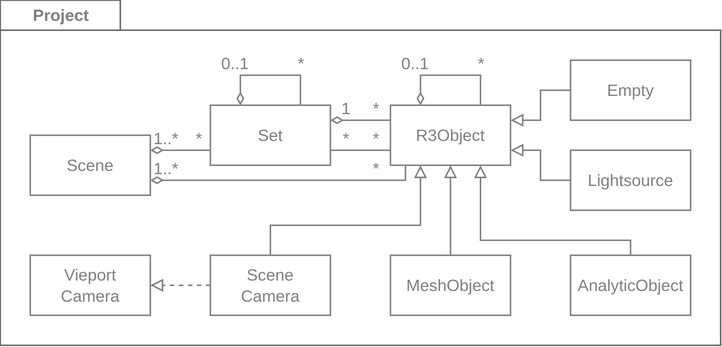
The draw.io diagram wiki/MetaSceneGraph.svg in YoanWithY/kayo, before a commit. Source tidied: cells renumbered, new cells last; positions are measured from the earlier drawing's top-left corner, leaving out a move shared by most shapes. Source of this version:
```xml
<mxGraphModel>
  <root>
    <mxCell id="0" />
    <mxCell id="1" parent="0" />
    <mxCell id="2" value="Project" style="shape=folder;fontStyle=1;tabWidth=80;tabHeight=20;tabPosition=left;boundedLbl=1;labelInHeader=1;labelBackgroundColor=none;labelBorderColor=none;fontFamily=Helvetica;fontSize=11;fontColor=#808080;fillColor=none;strokeColor=#666666;rounded=0;comic=0;enumerate=0;html=1;" parent="1" vertex="1">
      <mxGeometry width="480" height="230" as="geometry" />
    </mxCell>
    <mxCell id="3" style="edgeStyle=orthogonalEdgeStyle;fontSize=11;endArrow=none;startArrow=diamondThin;rounded=0;startFill=0;fontColor=#808080;strokeColor=#808080;endFill=0;fontFamily=Helvetica;labelBorderColor=none;html=1;" parent="1" edge="1" source="27" target="34">
      <mxGeometry relative="1" as="geometry">
        <Array as="points">
          <mxPoint x="130" y="100" />
          <mxPoint x="130" y="100" />
        </Array>
      </mxGeometry>
    </mxCell>
    <mxCell id="4" value="1..*" style="edgeLabel;align=center;verticalAlign=bottom;fontColor=#808080;labelBackgroundColor=none;rounded=0;fontFamily=Helvetica;fontSize=11;labelBorderColor=none;html=1;" parent="3" vertex="1">
      <mxGeometry x="-0.65" relative="1" as="geometry">
        <mxPoint x="3" as="offset" />
      </mxGeometry>
    </mxCell>
    <mxCell id="5" value="*" style="edgeLabel;align=center;verticalAlign=bottom;labelBackgroundColor=none;fontColor=#808080;fontFamily=Helvetica;rounded=0;labelBorderColor=none;html=1;" parent="3" vertex="1">
      <mxGeometry x="0.78" y="1" relative="1" as="geometry">
        <mxPoint x="-4" y="1" as="offset" />
      </mxGeometry>
    </mxCell>
    <mxCell id="6" style="edgeStyle=orthogonalEdgeStyle;shape=connector;rounded=0;labelBackgroundColor=default;strokeColor=#808080;fontFamily=Helvetica;fontSize=11;fontColor=#808080;endArrow=block;endFill=0;labelBorderColor=none;html=1;dashed=1;" parent="1" edge="1" source="29" target="28">
      <mxGeometry relative="1" as="geometry" />
    </mxCell>
    <mxCell id="7" style="edgeStyle=orthogonalEdgeStyle;shape=connector;rounded=0;labelBackgroundColor=default;strokeColor=#808080;fontFamily=Helvetica;fontSize=11;fontColor=#808080;endArrow=block;endFill=0;entryX=0.25;entryY=1;entryDx=0;entryDy=0;labelBorderColor=none;html=1;" parent="1" edge="1" source="29" target="35">
      <mxGeometry relative="1" as="geometry">
        <Array as="points">
          <mxPoint x="180" y="150" />
          <mxPoint x="280" y="150" />
        </Array>
      </mxGeometry>
    </mxCell>
    <mxCell id="8" style="edgeStyle=orthogonalEdgeStyle;shape=connector;rounded=0;labelBackgroundColor=default;strokeColor=#808080;fontFamily=Helvetica;fontSize=11;fontColor=#808080;endArrow=block;endFill=0;labelBorderColor=none;html=1;" parent="1" edge="1" source="30" target="35">
      <mxGeometry relative="1" as="geometry" />
    </mxCell>
    <mxCell id="9" style="edgeStyle=orthogonalEdgeStyle;shape=connector;rounded=0;labelBackgroundColor=default;strokeColor=#808080;fontFamily=Helvetica;fontSize=11;fontColor=#808080;endArrow=block;endFill=0;entryX=1;entryY=0.75;entryDx=0;entryDy=0;labelBorderColor=none;html=1;" parent="1" edge="1" source="31" target="35">
      <mxGeometry relative="1" as="geometry" />
    </mxCell>
    <mxCell id="10" style="edgeStyle=orthogonalEdgeStyle;shape=connector;rounded=0;labelBackgroundColor=default;strokeColor=#808080;fontFamily=Helvetica;fontSize=11;fontColor=#808080;endArrow=block;endFill=0;entryX=0.75;entryY=1;entryDx=0;entryDy=0;labelBorderColor=none;html=1;" parent="1" edge="1" source="32" target="35">
      <mxGeometry relative="1" as="geometry">
        <Array as="points">
          <mxPoint x="420" y="160" />
          <mxPoint x="320" y="160" />
        </Array>
      </mxGeometry>
    </mxCell>
    <mxCell id="11" style="edgeStyle=orthogonalEdgeStyle;shape=connector;rounded=0;labelBackgroundColor=default;strokeColor=#808080;fontFamily=Helvetica;fontSize=11;fontColor=#808080;endArrow=block;endFill=0;entryX=1;entryY=0.25;entryDx=0;entryDy=0;labelBorderColor=none;html=1;" parent="1" edge="1" source="33" target="35">
      <mxGeometry relative="1" as="geometry" />
    </mxCell>
    <mxCell id="12" style="edgeStyle=orthogonalEdgeStyle;fontSize=11;endArrow=none;startArrow=diamondThin;rounded=0;startFill=0;fontColor=#808080;strokeColor=#808080;endFill=0;fontFamily=Helvetica;exitX=1;exitY=0.75;exitDx=0;exitDy=0;labelBorderColor=none;html=1;" parent="1" edge="1" source="27" target="35">
      <mxGeometry relative="1" as="geometry">
        <Array as="points">
          <mxPoint x="270" y="120" />
        </Array>
      </mxGeometry>
    </mxCell>
    <mxCell id="13" value="1..*" style="edgeLabel;align=center;verticalAlign=bottom;fontColor=#808080;labelBackgroundColor=none;rounded=0;fontFamily=Helvetica;fontSize=11;labelBorderColor=none;html=1;" parent="12" vertex="1">
      <mxGeometry x="-0.65" relative="1" as="geometry">
        <mxPoint x="-21" as="offset" />
      </mxGeometry>
    </mxCell>
    <mxCell id="14" value="*" style="edgeLabel;align=center;verticalAlign=bottom;labelBackgroundColor=none;fontColor=#808080;fontFamily=Helvetica;rounded=0;labelBorderColor=none;html=1;" parent="12" vertex="1">
      <mxGeometry x="0.78" y="1" relative="1" as="geometry">
        <mxPoint x="-11" y="1" as="offset" />
      </mxGeometry>
    </mxCell>
    <mxCell id="15" style="edgeStyle=orthogonalEdgeStyle;fontSize=11;endArrow=none;startArrow=diamondThin;rounded=0;startFill=0;fontColor=#808080;strokeColor=#808080;endFill=0;exitX=0.25;exitY=0;exitDx=0;exitDy=0;entryX=0.75;entryY=0;entryDx=0;entryDy=0;fontFamily=Helvetica;labelBorderColor=none;html=1;" parent="1" edge="1" source="34" target="34">
      <mxGeometry relative="1" as="geometry">
        <Array as="points">
          <mxPoint x="160" y="50" />
          <mxPoint x="200" y="50" />
        </Array>
      </mxGeometry>
    </mxCell>
    <mxCell id="16" value="0..1" style="edgeLabel;align=center;verticalAlign=bottom;fontSize=11;fontFamily=Helvetica;fontColor=#808080;labelBackgroundColor=none;rounded=0;labelBorderColor=none;html=1;" parent="15" vertex="1">
      <mxGeometry x="-0.4" relative="1" as="geometry">
        <mxPoint x="-8" as="offset" />
      </mxGeometry>
    </mxCell>
    <mxCell id="17" value="*" style="edgeLabel;align=center;verticalAlign=bottom;fontSize=11;fontFamily=Helvetica;fontColor=#808080;labelBackgroundColor=none;rounded=0;labelBorderColor=none;html=1;" parent="15" vertex="1">
      <mxGeometry x="0.58" relative="1" as="geometry">
        <mxPoint y="-3" as="offset" />
      </mxGeometry>
    </mxCell>
    <mxCell id="18" style="edgeStyle=orthogonalEdgeStyle;fontSize=11;endArrow=none;startArrow=diamondThin;rounded=0;startFill=0;fontColor=#808080;strokeColor=#808080;endFill=0;entryX=0;entryY=0.25;entryDx=0;entryDy=0;exitX=1;exitY=0.25;exitDx=0;exitDy=0;fontFamily=Helvetica;labelBorderColor=none;html=1;" parent="1" edge="1" source="34" target="35">
      <mxGeometry relative="1" as="geometry" />
    </mxCell>
    <mxCell id="19" value="1" style="edgeLabel;align=center;verticalAlign=bottom;fontSize=11;fontFamily=Helvetica;fontColor=#808080;labelBackgroundColor=none;rounded=0;labelBorderColor=none;html=1;" parent="18" vertex="1">
      <mxGeometry x="-0.4" relative="1" as="geometry">
        <mxPoint x="-2" as="offset" />
      </mxGeometry>
    </mxCell>
    <mxCell id="20" value="*" style="edgeLabel;align=center;verticalAlign=bottom;fontSize=11;fontFamily=Helvetica;fontColor=#808080;labelBackgroundColor=none;rounded=0;labelBorderColor=none;html=1;" parent="18" vertex="1">
      <mxGeometry x="0.63" y="1" relative="1" as="geometry">
        <mxPoint x="-3" y="1" as="offset" />
      </mxGeometry>
    </mxCell>
    <mxCell id="21" style="edgeStyle=orthogonalEdgeStyle;fontSize=11;endArrow=none;startArrow=diamondThin;rounded=0;startFill=0;fontColor=#808080;strokeColor=#808080;endFill=0;exitX=0.25;exitY=0;exitDx=0;exitDy=0;entryX=0.75;entryY=0;entryDx=0;entryDy=0;fontFamily=Helvetica;labelBorderColor=none;html=1;" parent="1" edge="1" source="35" target="35">
      <mxGeometry relative="1" as="geometry">
        <Array as="points">
          <mxPoint x="280" y="50" />
          <mxPoint x="320" y="50" />
        </Array>
      </mxGeometry>
    </mxCell>
    <mxCell id="22" value="0..1" style="edgeLabel;align=center;verticalAlign=bottom;fontSize=11;fontFamily=Helvetica;fontColor=#808080;labelBackgroundColor=none;rounded=0;labelBorderColor=none;html=1;" parent="21" vertex="1">
      <mxGeometry x="-0.4" relative="1" as="geometry">
        <mxPoint x="-8" as="offset" />
      </mxGeometry>
    </mxCell>
    <mxCell id="23" value="*" style="edgeLabel;align=center;verticalAlign=bottom;fontSize=11;fontFamily=Helvetica;fontColor=#808080;labelBackgroundColor=none;rounded=0;labelBorderColor=none;html=1;" parent="21" vertex="1">
      <mxGeometry x="0.67" y="1" relative="1" as="geometry">
        <mxPoint x="-1" y="-6" as="offset" />
      </mxGeometry>
    </mxCell>
    <mxCell id="24" style="edgeStyle=orthogonalEdgeStyle;fontSize=11;endArrow=none;startArrow=none;rounded=0;startFill=0;fontColor=#808080;strokeColor=#808080;endFill=0;entryX=0;entryY=0.75;entryDx=0;entryDy=0;exitX=1;exitY=0.75;exitDx=0;exitDy=0;fontFamily=Helvetica;labelBorderColor=none;html=1;" parent="1" edge="1" source="34" target="35">
      <mxGeometry relative="1" as="geometry" />
    </mxCell>
    <mxCell id="25" value="*" style="edgeLabel;align=center;verticalAlign=bottom;fontSize=11;fontFamily=Helvetica;fontColor=#808080;labelBackgroundColor=none;rounded=0;labelBorderColor=none;html=1;" parent="24" vertex="1">
      <mxGeometry x="-0.4" relative="1" as="geometry">
        <mxPoint x="-2" as="offset" />
      </mxGeometry>
    </mxCell>
    <mxCell id="26" value="*" style="edgeLabel;align=center;verticalAlign=bottom;fontSize=11;fontFamily=Helvetica;fontColor=#808080;labelBackgroundColor=none;rounded=0;labelBorderColor=none;html=1;" parent="24" vertex="1">
      <mxGeometry x="0.63" y="1" relative="1" as="geometry">
        <mxPoint x="-3" y="1" as="offset" />
      </mxGeometry>
    </mxCell>
    <mxCell id="27" value="Scene" style="whiteSpace=wrap;align=center;fillColor=none;fontColor=#808080;strokeColor=#808080;labelBackgroundColor=none;rounded=0;fontFamily=Helvetica;fontSize=11;glass=0;shadow=0;labelBorderColor=none;html=1;" parent="1" vertex="1">
      <mxGeometry x="20" y="90" width="80" height="40" as="geometry" />
    </mxCell>
    <mxCell id="28" value="Vieport&lt;br&gt;Camera" style="whiteSpace=wrap;align=center;fillColor=none;fontColor=#808080;strokeColor=#808080;labelBackgroundColor=none;rounded=0;fontFamily=Helvetica;fontSize=11;glass=0;shadow=0;labelBorderColor=none;html=1;" parent="1" vertex="1">
      <mxGeometry x="20" y="170" width="80" height="40" as="geometry" />
    </mxCell>
    <mxCell id="29" value="Scene&lt;br&gt;Camera" style="whiteSpace=wrap;align=center;fillColor=none;fontColor=#808080;strokeColor=#808080;labelBackgroundColor=none;rounded=0;fontFamily=Helvetica;fontSize=11;glass=0;shadow=0;labelBorderColor=none;html=1;" parent="1" vertex="1">
      <mxGeometry x="140" y="170" width="80" height="40" as="geometry" />
    </mxCell>
    <mxCell id="30" value="MeshObject" style="whiteSpace=wrap;align=center;fillColor=none;fontColor=#808080;strokeColor=#808080;labelBackgroundColor=none;rounded=0;fontFamily=Helvetica;fontSize=11;glass=0;shadow=0;labelBorderColor=none;html=1;" parent="1" vertex="1">
      <mxGeometry x="260" y="170" width="80" height="40" as="geometry" />
    </mxCell>
    <mxCell id="31" value="Lightsource" style="whiteSpace=wrap;align=center;fillColor=none;fontColor=#808080;strokeColor=#808080;labelBackgroundColor=none;rounded=0;fontFamily=Helvetica;fontSize=11;labelBorderColor=none;html=1;" parent="1" vertex="1">
      <mxGeometry x="380" y="100" width="80" height="40" as="geometry" />
    </mxCell>
    <mxCell id="32" value="AnalyticObject" style="whiteSpace=wrap;align=center;fillColor=none;fontColor=#808080;strokeColor=#808080;labelBackgroundColor=none;rounded=0;fontFamily=Helvetica;fontSize=11;glass=0;shadow=0;labelBorderColor=none;html=1;" parent="1" vertex="1">
      <mxGeometry x="380" y="170" width="80" height="40" as="geometry" />
    </mxCell>
    <mxCell id="33" value="Empty" style="whiteSpace=wrap;align=center;fillColor=none;fontColor=#808080;strokeColor=#808080;labelBackgroundColor=none;rounded=0;fontFamily=Helvetica;fontSize=11;labelBorderColor=none;html=1;" parent="1" vertex="1">
      <mxGeometry x="380" y="40" width="80" height="40" as="geometry" />
    </mxCell>
    <mxCell id="34" value="Set" style="whiteSpace=wrap;align=center;fillColor=none;fontColor=#808080;strokeColor=#808080;labelBackgroundColor=none;rounded=0;fontFamily=Helvetica;fontSize=11;glass=0;shadow=0;labelBorderColor=none;html=1;" parent="1" vertex="1">
      <mxGeometry x="140" y="70" width="80" height="40" as="geometry" />
    </mxCell>
    <mxCell id="35" value="R3Object" style="whiteSpace=wrap;align=center;fillColor=none;fontColor=#808080;strokeColor=#808080;labelBackgroundColor=none;rounded=0;fontFamily=Helvetica;fontSize=11;glass=0;shadow=0;perimeterSpacing=0;strokeWidth=1;absoluteArcSize=0;arcSize=12;backgroundOutline=0;comic=0;labelBorderColor=none;html=1;" parent="1" vertex="1">
      <mxGeometry x="260" y="70" width="80" height="40" as="geometry" />
    </mxCell>
  </root>
</mxGraphModel>
```
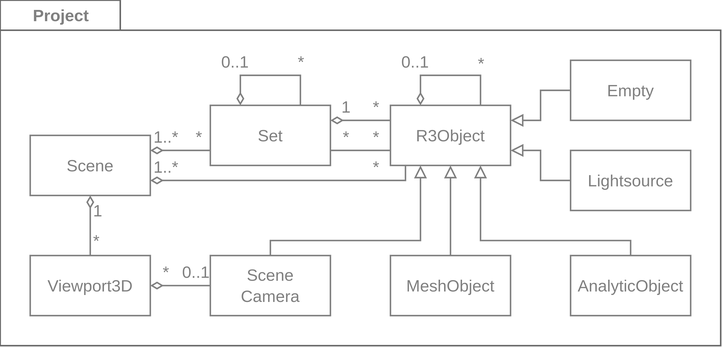
After the commit.

Change to the diagram source:
```diff
@@ -23,14 +23,11 @@
         <mxPoint x="-4" y="1" as="offset" />
       </mxGeometry>
     </mxCell>
-    <mxCell id="6" style="edgeStyle=orthogonalEdgeStyle;shape=connector;rounded=0;labelBackgroundColor=default;strokeColor=#808080;fontFamily=Helvetica;fontSize=11;fontColor=#808080;endArrow=block;endFill=0;labelBorderColor=none;html=1;dashed=1;" parent="1" edge="1" source="29" target="28">
-      <mxGeometry relative="1" as="geometry" />
-    </mxCell>
     <mxCell id="7" style="edgeStyle=orthogonalEdgeStyle;shape=connector;rounded=0;labelBackgroundColor=default;strokeColor=#808080;fontFamily=Helvetica;fontSize=11;fontColor=#808080;endArrow=block;endFill=0;entryX=0.25;entryY=1;entryDx=0;entryDy=0;labelBorderColor=none;html=1;" parent="1" edge="1" source="29" target="35">
       <mxGeometry relative="1" as="geometry">
         <Array as="points">
-          <mxPoint x="180" y="150" />
-          <mxPoint x="280" y="150" />
+          <mxPoint x="180" y="160" />
+          <mxPoint x="280" y="160" />
         </Array>
       </mxGeometry>
     </mxCell>
@@ -133,7 +130,7 @@
     <mxCell id="27" value="Scene" style="whiteSpace=wrap;align=center;fillColor=none;fontColor=#808080;strokeColor=#808080;labelBackgroundColor=none;rounded=0;fontFamily=Helvetica;fontSize=11;glass=0;shadow=0;labelBorderColor=none;html=1;" parent="1" vertex="1">
       <mxGeometry x="20" y="90" width="80" height="40" as="geometry" />
     </mxCell>
-    <mxCell id="28" value="Vieport&lt;br&gt;Camera" style="whiteSpace=wrap;align=center;fillColor=none;fontColor=#808080;strokeColor=#808080;labelBackgroundColor=none;rounded=0;fontFamily=Helvetica;fontSize=11;glass=0;shadow=0;labelBorderColor=none;html=1;" parent="1" vertex="1">
+    <mxCell id="28" value="Viewport3D" style="whiteSpace=wrap;align=center;fillColor=none;fontColor=#808080;strokeColor=#808080;labelBackgroundColor=none;rounded=0;fontFamily=Helvetica;fontSize=11;glass=0;shadow=0;labelBorderColor=none;html=1;" parent="1" vertex="1">
       <mxGeometry x="20" y="170" width="80" height="40" as="geometry" />
     </mxCell>
     <mxCell id="29" value="Scene&lt;br&gt;Camera" style="whiteSpace=wrap;align=center;fillColor=none;fontColor=#808080;strokeColor=#808080;labelBackgroundColor=none;rounded=0;fontFamily=Helvetica;fontSize=11;glass=0;shadow=0;labelBorderColor=none;html=1;" parent="1" vertex="1">
@@ -157,5 +154,33 @@
     <mxCell id="35" value="R3Object" style="whiteSpace=wrap;align=center;fillColor=none;fontColor=#808080;strokeColor=#808080;labelBackgroundColor=none;rounded=0;fontFamily=Helvetica;fontSize=11;glass=0;shadow=0;perimeterSpacing=0;strokeWidth=1;absoluteArcSize=0;arcSize=12;backgroundOutline=0;comic=0;labelBorderColor=none;html=1;" parent="1" vertex="1">
       <mxGeometry x="260" y="70" width="80" height="40" as="geometry" />
     </mxCell>
+    <mxCell id="36" style="edgeStyle=orthogonalEdgeStyle;fontSize=11;endArrow=none;startArrow=diamondThin;rounded=0;startFill=0;fontColor=#808080;strokeColor=#808080;endFill=0;fontFamily=Helvetica;exitX=1;exitY=0.75;exitDx=0;exitDy=0;labelBorderColor=none;html=1;" parent="1" edge="1" target="29">
+      <mxGeometry relative="1" as="geometry">
+        <mxPoint x="100" y="190" as="sourcePoint" />
+      </mxGeometry>
+    </mxCell>
+    <mxCell id="37" value="*" style="edgeLabel;align=center;verticalAlign=bottom;fontColor=#808080;labelBackgroundColor=none;rounded=0;fontFamily=Helvetica;fontSize=11;labelBorderColor=none;html=1;" parent="36" vertex="1">
+      <mxGeometry x="-0.65" relative="1" as="geometry">
+        <mxPoint x="3" as="offset" />
+      </mxGeometry>
+    </mxCell>
+    <mxCell id="38" value="0..1" style="edgeLabel;align=center;verticalAlign=bottom;labelBackgroundColor=none;fontColor=#808080;fontFamily=Helvetica;rounded=0;labelBorderColor=none;html=1;" parent="36" vertex="1">
+      <mxGeometry x="0.78" y="1" relative="1" as="geometry">
+        <mxPoint x="-6" y="1" as="offset" />
+      </mxGeometry>
+    </mxCell>
+    <mxCell id="39" style="edgeStyle=orthogonalEdgeStyle;fontSize=11;endArrow=none;startArrow=diamondThin;rounded=0;startFill=0;fontColor=#808080;strokeColor=#808080;endFill=0;fontFamily=Helvetica;labelBorderColor=none;html=1;" parent="1" edge="1" source="27" target="28">
+      <mxGeometry relative="1" as="geometry" />
+    </mxCell>
+    <mxCell id="40" value="1" style="edgeLabel;align=left;verticalAlign=middle;fontColor=#808080;labelBackgroundColor=none;rounded=0;fontFamily=Helvetica;fontSize=11;labelBorderColor=none;html=1;" parent="39" vertex="1">
+      <mxGeometry x="-0.65" relative="1" as="geometry">
+        <mxPoint y="3" as="offset" />
+      </mxGeometry>
+    </mxCell>
+    <mxCell id="41" value="*" style="edgeLabel;align=left;verticalAlign=middle;labelBackgroundColor=none;fontColor=#808080;fontFamily=Helvetica;rounded=0;labelBorderColor=none;html=1;" parent="39" vertex="1">
+      <mxGeometry x="0.78" y="1" relative="1" as="geometry">
+        <mxPoint x="-1" y="-6" as="offset" />
+      </mxGeometry>
+    </mxCell>
   </root>
 </mxGraphModel>
```
